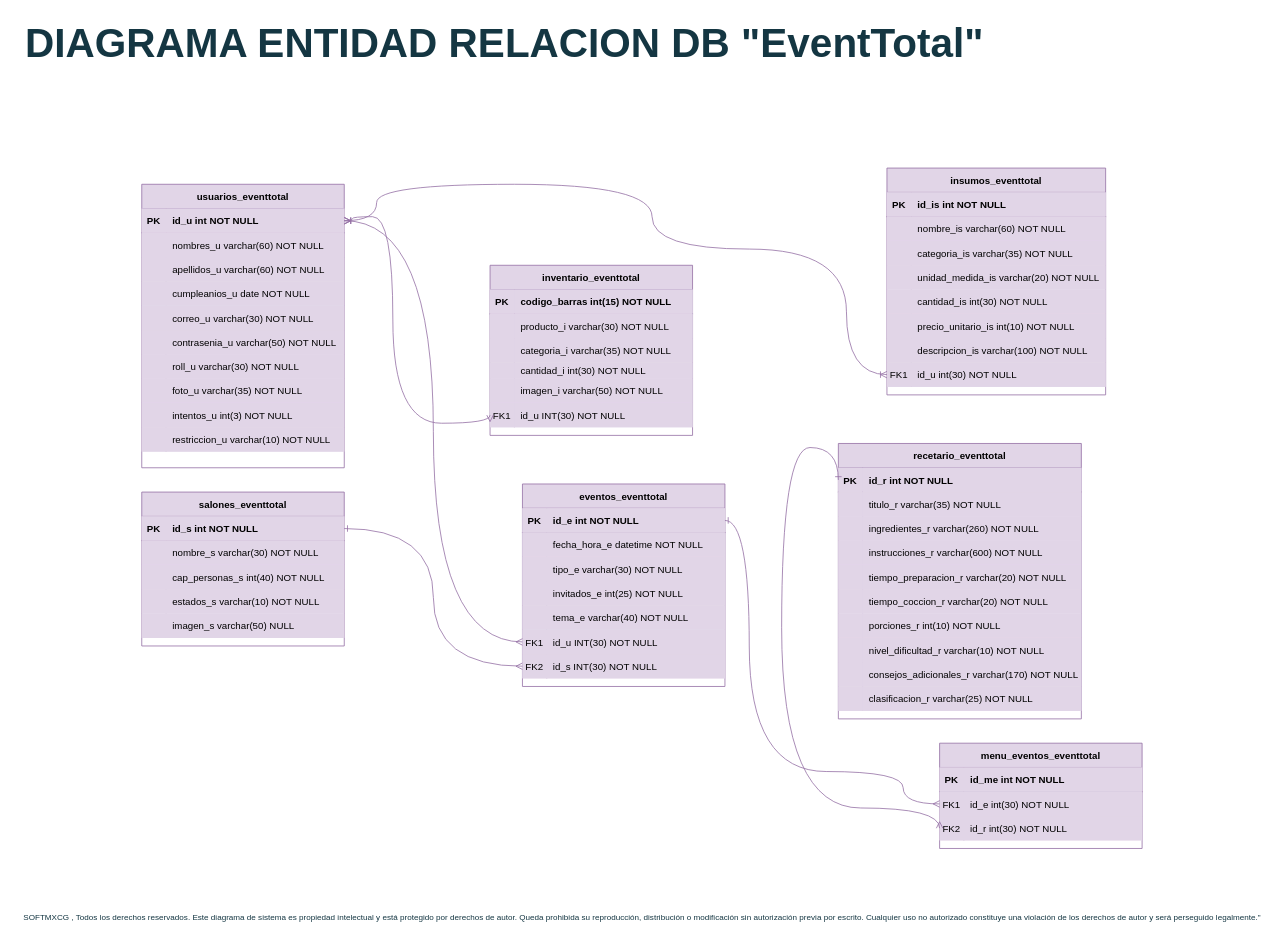
Earlier version of the draw.io diagram Driagrama Entidad Relacion DB_EventTotal.drawio (GeovannyCG/eventtotal). Source tidied: cells renumbered, new cells numbered last; positions are measured from the earlier drawing's top-left corner, leaving out a move shared by most shapes. Both pictures are drawn from the tidied source at 81%, with x=0, y=0 at pixel (14, 14).
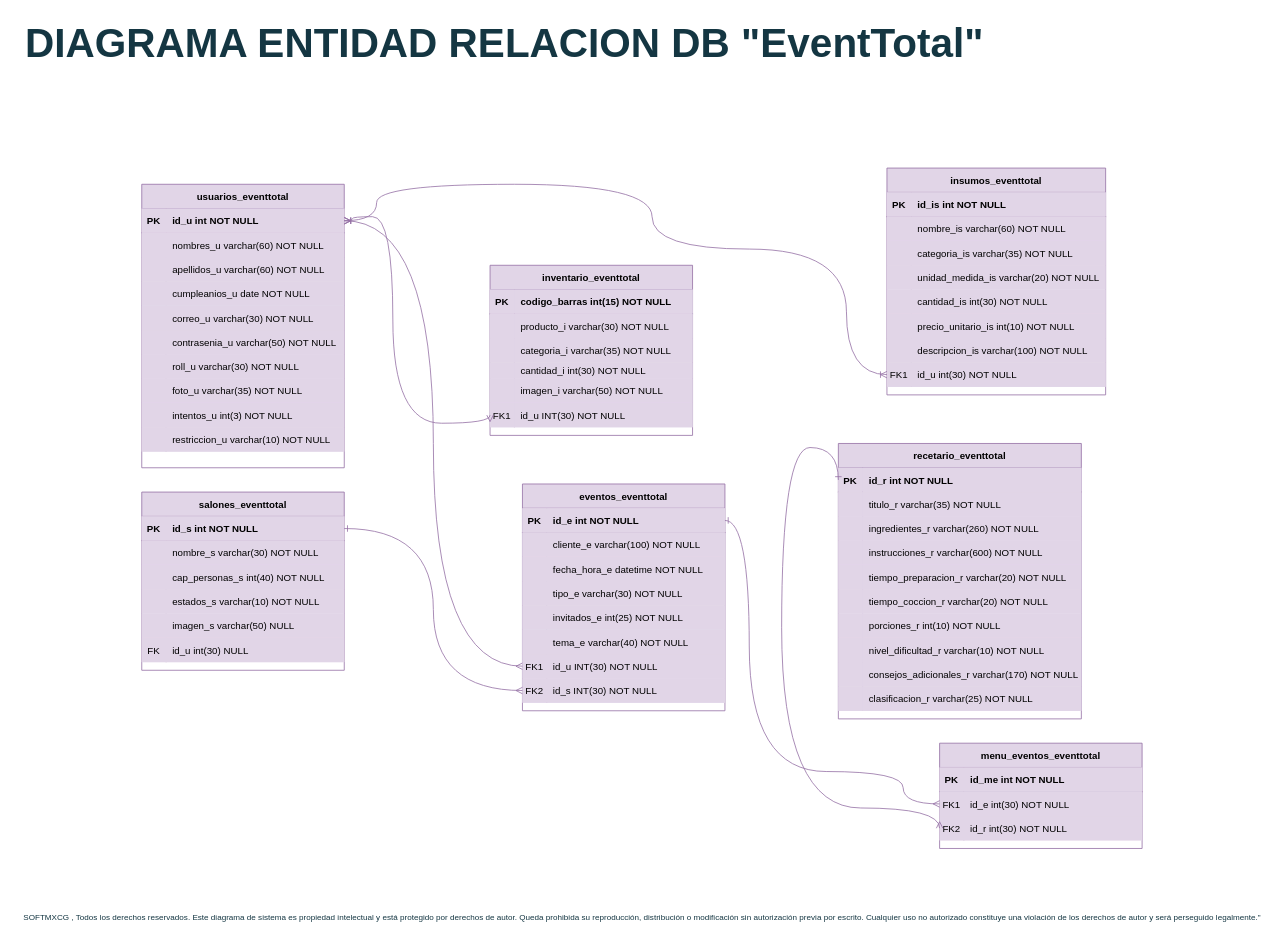
The same diagram, later.

Unchanged cells that the change refers to:
```xml
<mxCell id="68" style="shape=partialRectangle;fillColor=#e1d5e7;top=0;left=0;right=0;bottom=0;labelBackgroundColor=none;strokeColor=#9673a6;" parent="64" vertex="1">
  <mxGeometry y="60" width="250" height="30" as="geometry" />
</mxCell>
```

Change to the diagram source:
```diff
@@
     <mxCell id="64" value="eventos_eventtotal" style="shape=table;startSize=30;childLayout=tableLayout;rowLines=0;fontStyle=1;align=center;fillColor=#e1d5e7;strokeColor=#9673a6;labelBackgroundColor=none;" parent="1" vertex="1">
-      <mxGeometry x="627.5" y="580" width="250" height="250" as="geometry" />
+      <mxGeometry x="627.5" y="580" width="250" height="280" as="geometry" />
     </mxCell>
@@
-    <mxCell id="70" value="fecha_hora_e datetime NOT NULL" style="shape=partialRectangle;overflow=hidden;fillColor=#e1d5e7;top=0;left=0;bottom=0;right=0;align=left;spacingLeft=6;labelBackgroundColor=none;strokeColor=#9673a6;" parent="68" vertex="1">
+    <mxCell id="70" value="cliente_e varchar(100) NOT NULL" style="shape=partialRectangle;overflow=hidden;fillColor=#e1d5e7;top=0;left=0;bottom=0;right=0;align=left;spacingLeft=6;labelBackgroundColor=none;strokeColor=#9673a6;" parent="68" vertex="1">
       <mxGeometry x="30" width="220" height="30" as="geometry" />
     </mxCell>
+    <mxCell id="164" style="shape=partialRectangle;fillColor=#e1d5e7;top=0;left=0;right=0;bottom=0;labelBackgroundColor=none;strokeColor=#9673a6;" parent="64" vertex="1">
+      <mxGeometry y="90" width="250" height="30" as="geometry" />
+    </mxCell>
+    <mxCell id="165" style="shape=partialRectangle;overflow=hidden;fillColor=#e1d5e7;top=0;left=0;bottom=0;right=0;labelBackgroundColor=none;strokeColor=#9673a6;" parent="164" vertex="1">
+      <mxGeometry width="30" height="30" as="geometry" />
+    </mxCell>
+    <mxCell id="166" value="fecha_hora_e datetime NOT NULL" style="shape=partialRectangle;overflow=hidden;fillColor=#e1d5e7;top=0;left=0;bottom=0;right=0;align=left;spacingLeft=6;labelBackgroundColor=none;strokeColor=#9673a6;" parent="164" vertex="1">
+      <mxGeometry x="30" width="220" height="30" as="geometry" />
+    </mxCell>
     <mxCell id="71" style="shape=partialRectangle;fillColor=#e1d5e7;top=0;left=0;right=0;bottom=0;labelBackgroundColor=none;strokeColor=#9673a6;" parent="64" vertex="1">
-      <mxGeometry y="90" width="250" height="30" as="geometry" />
+      <mxGeometry y="120" width="250" height="30" as="geometry" />
     </mxCell>
@@
     <mxCell id="74" style="shape=partialRectangle;fillColor=#e1d5e7;top=0;left=0;right=0;bottom=0;labelBackgroundColor=none;strokeColor=#9673a6;" parent="64" vertex="1">
-      <mxGeometry y="120" width="250" height="30" as="geometry" />
+      <mxGeometry y="150" width="250" height="30" as="geometry" />
     </mxCell>
@@
     <mxCell id="77" style="shape=partialRectangle;fillColor=#e1d5e7;top=0;left=0;right=0;bottom=0;labelBackgroundColor=none;strokeColor=#9673a6;" parent="64" vertex="1">
-      <mxGeometry y="150" width="250" height="30" as="geometry" />
+      <mxGeometry y="180" width="250" height="30" as="geometry" />
     </mxCell>
@@
     <mxCell id="80" style="shape=partialRectangle;fillColor=#e1d5e7;points=[[0,0.5],[1,0.5]];portConstraint=eastwest;top=0;left=0;right=0;bottom=0;labelBackgroundColor=none;strokeColor=#9673a6;" parent="64" vertex="1">
-      <mxGeometry y="180" width="250" height="30" as="geometry" />
+      <mxGeometry y="210" width="250" height="30" as="geometry" />
     </mxCell>
@@
     <mxCell id="83" style="shape=partialRectangle;fillColor=#e1d5e7;points=[[0,0.5],[1,0.5]];portConstraint=eastwest;top=0;left=0;right=0;bottom=0;labelBackgroundColor=none;strokeColor=#9673a6;" parent="64" vertex="1">
-      <mxGeometry y="210" width="250" height="30" as="geometry" />
+      <mxGeometry y="240" width="250" height="30" as="geometry" />
     </mxCell>
@@
     <mxCell id="96" value="salones_eventtotal" style="shape=table;startSize=30;childLayout=tableLayout;rowLines=0;fontStyle=1;align=center;fillColor=#e1d5e7;strokeColor=#9673a6;labelBackgroundColor=none;" parent="1" vertex="1">
-      <mxGeometry x="157.5" y="590" width="250" height="190" as="geometry" />
+      <mxGeometry x="157.5" y="590" width="250" height="220" as="geometry" />
     </mxCell>
@@
+    <mxCell id="167" style="shape=partialRectangle;fillColor=#e1d5e7;top=0;left=0;right=0;bottom=0;labelBackgroundColor=none;strokeColor=#9673a6;" parent="96" vertex="1">
+      <mxGeometry y="180" width="250" height="30" as="geometry" />
+    </mxCell>
+    <mxCell id="168" value="FK" style="shape=partialRectangle;overflow=hidden;fillColor=#e1d5e7;top=0;left=0;bottom=0;right=0;labelBackgroundColor=none;strokeColor=#9673a6;" parent="167" vertex="1">
+      <mxGeometry width="30" height="30" as="geometry" />
+    </mxCell>
+    <mxCell id="169" value="id_u int(30) NULL" style="shape=partialRectangle;overflow=hidden;fillColor=#e1d5e7;top=0;left=0;bottom=0;right=0;align=left;spacingLeft=6;labelBackgroundColor=none;strokeColor=#9673a6;" parent="167" vertex="1">
+      <mxGeometry x="30" width="220" height="30" as="geometry" />
+    </mxCell>
```
